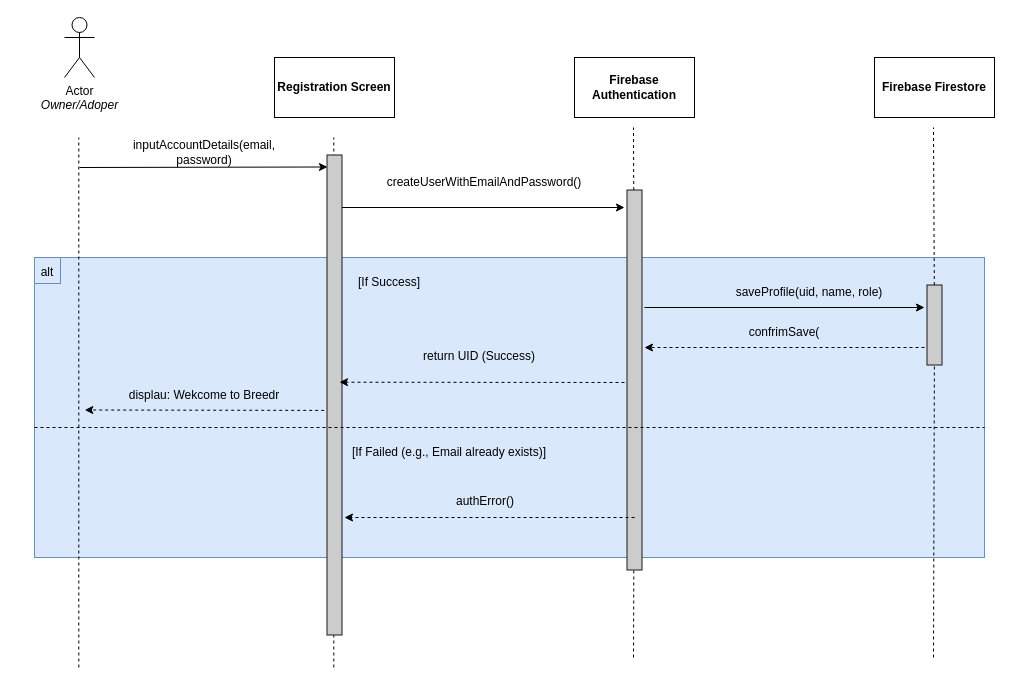
Earlier version of the draw.io diagram page "User Registraion" (1 of 4) of SD_MAGDA.drawio (Chels013/Breedr-Diagrams). Source tidied: cells renumbered, new cells numbered last; positions are measured from the earlier drawing's top-left corner, leaving out a move shared by most shapes. Both pictures are drawn from the tidied source at 100%, with x=0, y=0 at pixel (17, 17).
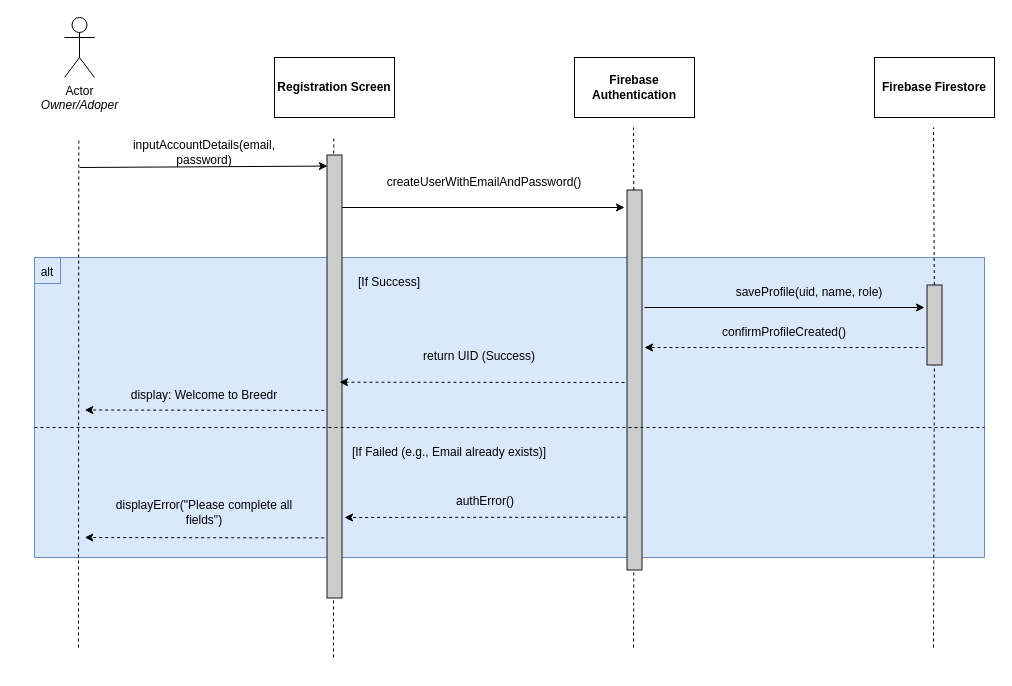
After the change.

The change refers to these unchanged cells:
```xml
<mxCell id="3" style="rounded=0;whiteSpace=wrap;html=1;rotation=-90;fillColor=#CCCCCC;strokeColor=#1A1A1A;" parent="1" vertex="1">
  <mxGeometry x="877" y="300" width="80" height="15" as="geometry" />
</mxCell>
<mxCell id="4" style="rounded=0;whiteSpace=wrap;html=1;rotation=-90;fillColor=#CCCCCC;strokeColor=#1A1A1A;" parent="1" vertex="1">
  <mxGeometry x="427" y="355" width="380" height="15" as="geometry" />
</mxCell>
```

Change to the diagram source:
```diff
@@
     <mxCell id="9" style="endArrow=none;dashed=1;html=1;" parent="1" edge="1">
       <mxGeometry relative="1" as="geometry">
-        <mxPoint x="61.3" y="650" as="sourcePoint" />
+        <mxPoint x="61" y="630" as="sourcePoint" />
         <mxPoint x="61.3" y="120" as="targetPoint" />
       </mxGeometry>
     </mxCell>
     <mxCell id="10" style="endArrow=none;dashed=1;html=1;" parent="1" edge="1">
       <mxGeometry relative="1" as="geometry">
-        <mxPoint x="316.3" y="650" as="sourcePoint" />
+        <mxPoint x="316" y="640" as="sourcePoint" />
         <mxPoint x="316.3" y="120" as="targetPoint" />
       </mxGeometry>
     </mxCell>
@@
     <mxCell id="16" style="rounded=0;whiteSpace=wrap;html=1;rotation=-90;fillColor=#CCCCCC;strokeColor=#1A1A1A;" parent="1" vertex="1">
-      <mxGeometry x="77" y="370" width="480" height="15" as="geometry" />
+      <mxGeometry x="95.5" y="351.5" width="443" height="15" as="geometry" />
     </mxCell>
@@
-    <mxCell id="27" value="displau: Wekcome to Breedr" style="text;html=1;align=center;verticalAlign=middle;whiteSpace=wrap;rounded=0;" parent="1" vertex="1">
+    <mxCell id="27" value="display: Welcome to Breedr" style="text;html=1;align=center;verticalAlign=middle;whiteSpace=wrap;rounded=0;" parent="1" vertex="1">
       <mxGeometry x="97" y="362.5" width="180" height="30" as="geometry" />
     </mxCell>
-    <mxCell id="28" style="html=1;labelBackgroundColor=#ffffff;startArrow=none;startFill=0;startSize=6;endArrow=classic;endFill=1;endSize=6;jettySize=auto;orthogonalLoop=1;strokeWidth=1;dashed=1;fontSize=14;" parent="1" edge="1">
+    <mxCell id="28" style="html=1;labelBackgroundColor=#ffffff;startArrow=none;startFill=0;startSize=6;endArrow=classic;endFill=1;endSize=6;jettySize=auto;strokeWidth=1;dashed=1;fontSize=14;exitX=0.139;exitY=-0.056;exitDx=0;exitDy=0;exitPerimeter=0;" parent="1" edge="1" source="4">
       <mxGeometry relative="1" as="geometry">
-        <mxPoint x="617" y="500" as="sourcePoint" />
         <mxPoint x="327" y="500" as="targetPoint" />
       </mxGeometry>
     </mxCell>
@@
-    <mxCell id="30" value="confrimSave(" style="text;html=1;align=center;verticalAlign=middle;whiteSpace=wrap;rounded=0;" parent="1" vertex="1">
+    <mxCell id="30" value="confirmProfileCreated()" style="text;html=1;align=center;verticalAlign=middle;whiteSpace=wrap;rounded=0;" parent="1" vertex="1">
       <mxGeometry x="717" y="300" width="100" height="30" as="geometry" />
     </mxCell>
     <mxCell id="31" style="endArrow=none;dashed=1;html=1;" parent="1" edge="1" target="4">
       <mxGeometry relative="1" as="geometry">
-        <mxPoint x="616" y="640" as="sourcePoint" />
+        <mxPoint x="616" y="630" as="sourcePoint" />
       </mxGeometry>
     </mxCell>
     <mxCell id="32" style="endArrow=none;dashed=1;html=1;" parent="1" edge="1" target="3">
       <mxGeometry relative="1" as="geometry">
-        <mxPoint x="916" y="640" as="sourcePoint" />
+        <mxPoint x="916" y="630" as="sourcePoint" />
       </mxGeometry>
     </mxCell>
@@
+    <mxCell id="35" style="html=1;labelBackgroundColor=#ffffff;startArrow=none;startFill=0;startSize=6;endArrow=classic;endFill=1;endSize=6;jettySize=auto;orthogonalLoop=1;strokeWidth=1;dashed=1;fontSize=14;exitX=0.494;exitY=-0.207;exitDx=0;exitDy=0;exitPerimeter=0;" parent="1" edge="1">
+      <mxGeometry relative="1" as="geometry">
+        <mxPoint x="306.7" y="520.4" as="sourcePoint" />
+        <mxPoint x="67.3" y="520" as="targetPoint" />
+      </mxGeometry>
+    </mxCell>
+    <mxCell id="36" value="&lt;span style=&quot;color: rgb(0, 0, 0);&quot;&gt;displayError(&quot;Please complete all fields&quot;)&lt;/span&gt;" style="text;html=1;align=center;verticalAlign=middle;whiteSpace=wrap;rounded=0;" parent="1" vertex="1">
+      <mxGeometry x="91" y="480" width="192" height="30" as="geometry" />
+    </mxCell>
```
